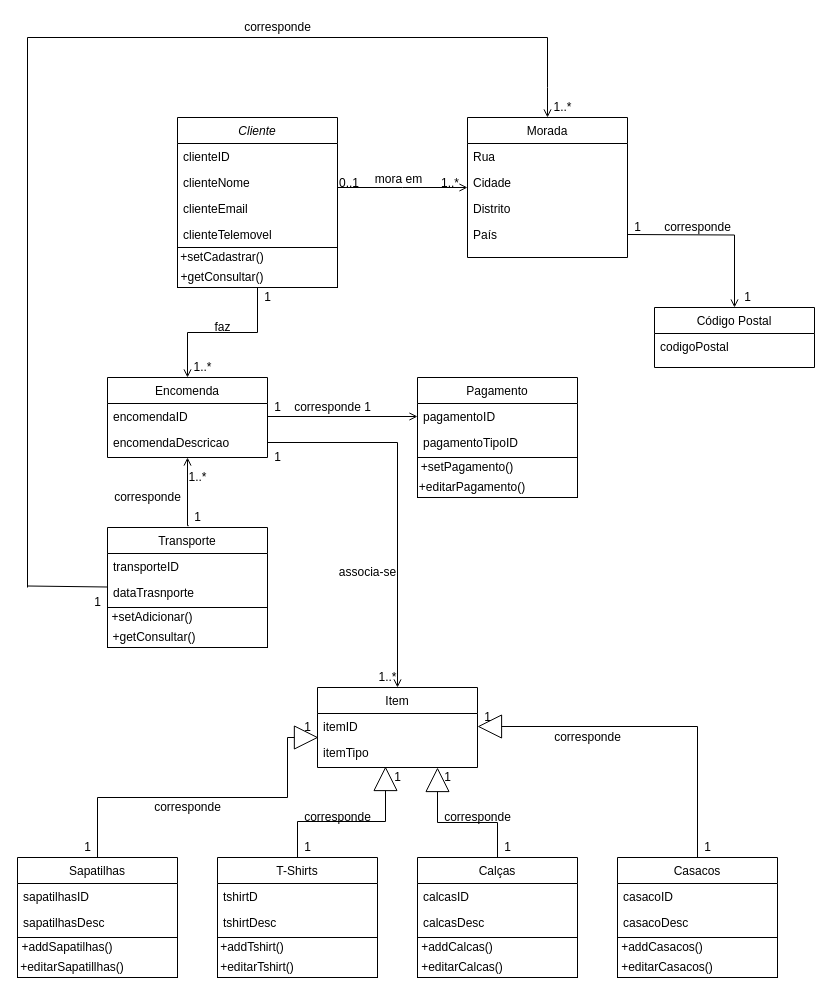
Before: Diagrama de Classes.drawio in JoshuaJones27/FetchCode, a draw.io diagram. Source tidied: cells renumbered, new cells numbered last; positions are measured from the earlier drawing's top-left corner, leaving out a move shared by most shapes. Both pictures are drawn from the tidied source at 100%, with x=0, y=0 at pixel (17, 17).
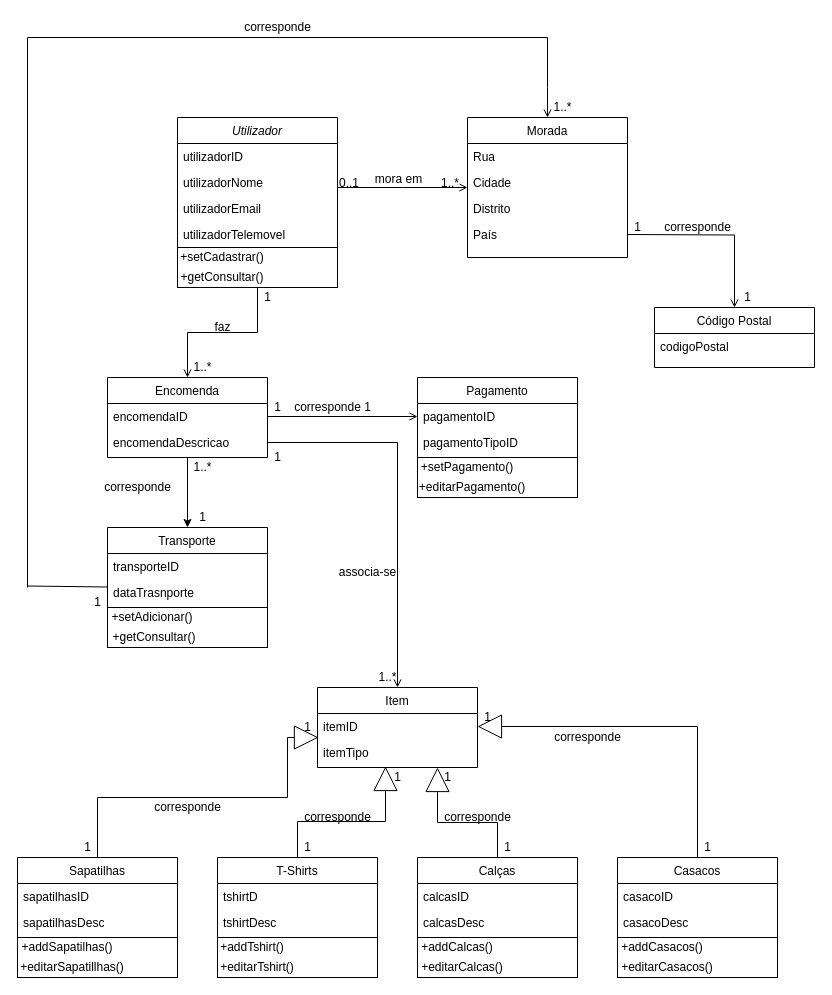
The same page after the edit.

Unchanged cells that the change refers to:
```xml
<mxCell id="8" value="Encomenda" style="swimlane;fontStyle=0;align=center;verticalAlign=top;horizontal=1;startSize=26;rounded=0;shadow=0;strokeWidth=1;" parent="1" vertex="1">
  <mxGeometry x="90" y="360" width="160" height="80" as="geometry" />
</mxCell>
<mxCell id="26" value="Transporte" style="swimlane;fontStyle=0;align=center;verticalAlign=top;horizontal=1;startSize=26;rounded=0;shadow=0;strokeWidth=1;" parent="1" vertex="1">
  <mxGeometry x="90" y="510" width="160" height="80" as="geometry" />
</mxCell>
```

Change to the diagram source:
```diff
@@
-    <mxCell id="2" value="Cliente" style="swimlane;fontStyle=2;align=center;verticalAlign=top;horizontal=1;startSize=26;rounded=0;shadow=0;strokeWidth=1;" parent="1" vertex="1">
+    <mxCell id="2" value="Utilizador" style="swimlane;fontStyle=2;align=center;verticalAlign=top;horizontal=1;startSize=26;rounded=0;shadow=0;strokeWidth=1;" parent="1" vertex="1">
       <mxGeometry x="160" y="100" width="160" height="160" as="geometry" />
     </mxCell>
-    <mxCell id="3" value="clienteID" style="text;align=left;verticalAlign=top;spacingLeft=4;spacingRight=4;overflow=hidden;rounded=0;" parent="2" vertex="1">
+    <mxCell id="3" value="utilizadorID" style="text;align=left;verticalAlign=top;spacingLeft=4;spacingRight=4;overflow=hidden;rounded=0;" parent="2" vertex="1">
       <mxGeometry y="26" width="160" height="26" as="geometry" />
     </mxCell>
-    <mxCell id="4" value="clienteNome" style="text;align=left;verticalAlign=top;spacingLeft=4;spacingRight=4;overflow=hidden;rounded=0;shadow=0;html=0;" parent="2" vertex="1">
+    <mxCell id="4" value="utilizadorNome" style="text;align=left;verticalAlign=top;spacingLeft=4;spacingRight=4;overflow=hidden;rounded=0;shadow=0;html=0;" parent="2" vertex="1">
       <mxGeometry y="52" width="160" height="26" as="geometry" />
     </mxCell>
-    <mxCell id="5" value="clienteEmail" style="text;align=left;verticalAlign=top;spacingLeft=4;spacingRight=4;overflow=hidden;rounded=0;shadow=0;html=0;" parent="2" vertex="1">
+    <mxCell id="5" value="utilizadorEmail" style="text;align=left;verticalAlign=top;spacingLeft=4;spacingRight=4;overflow=hidden;rounded=0;shadow=0;html=0;" parent="2" vertex="1">
       <mxGeometry y="78" width="160" height="26" as="geometry" />
     </mxCell>
-    <mxCell id="6" value="clienteTelemovel&#10;" style="text;align=left;verticalAlign=top;spacingLeft=4;spacingRight=4;overflow=hidden;rounded=0;shadow=0;html=0;" parent="2" vertex="1">
+    <mxCell id="6" value="utilizadorTelemovel&#10;" style="text;align=left;verticalAlign=top;spacingLeft=4;spacingRight=4;overflow=hidden;rounded=0;shadow=0;html=0;" parent="2" vertex="1">
       <mxGeometry y="104" width="160" height="26" as="geometry" />
     </mxCell>
@@
+    <mxCell id="111" style="edgeStyle=orthogonalEdgeStyle;rounded=0;jettySize=auto;html=1;entryX=0.5;entryY=0;entryDx=0;entryDy=0;" parent="1" edge="1" source="8" target="26">
+      <mxGeometry relative="1" as="geometry" />
+    </mxCell>
@@
-    <mxCell id="10" value="encomendaDescricao" style="text;align=left;verticalAlign=top;spacingLeft=4;spacingRight=4;overflow=hidden;points=[[0,0.5],[1,0.5]];portConstraint=eastwest;rounded=0;shadow=0;html=0;" parent="8" vertex="1">
+    <mxCell id="10" value="encomendaDescricao&#10;" style="text;align=left;verticalAlign=top;spacingLeft=4;spacingRight=4;overflow=hidden;points=[[0,0.5],[1,0.5]];portConstraint=eastwest;rounded=0;shadow=0;html=0;" parent="8" vertex="1">
       <mxGeometry y="52" width="160" height="26" as="geometry" />
     </mxCell>
@@
     <mxCell id="29" value="corresponde" style="text;html=1;align=center;verticalAlign=middle;strokeColor=none;fillColor=none;rounded=0;" parent="1" vertex="1">
-      <mxGeometry x="90" y="470" width="80" height="20" as="geometry" />
+      <mxGeometry x="80" y="460" width="80" height="20" as="geometry" />
     </mxCell>
     <mxCell id="30" value="1" style="text;html=1;align=center;verticalAlign=middle;points=[];strokeColor=none;fillColor=none;rounded=0;" parent="1" vertex="1">
-      <mxGeometry x="170" y="490" width="20" height="20" as="geometry" />
+      <mxGeometry x="175" y="490" width="20" height="20" as="geometry" />
     </mxCell>
     <mxCell id="31" value="1..*" style="text;html=1;align=center;verticalAlign=middle;strokeColor=none;fillColor=none;rounded=0;" parent="1" vertex="1">
-      <mxGeometry x="165" y="450" width="30" height="20" as="geometry" />
+      <mxGeometry x="170" y="440" width="30" height="20" as="geometry" />
     </mxCell>
@@
-    <mxCell id="110" style="edgeStyle=orthogonalEdgeStyle;rounded=0;jettySize=auto;html=1;endArrow=open;endFill=0;entryX=0.5;entryY=1;entryDx=0;entryDy=0;exitX=0.06;exitY=0.91;exitDx=0;exitDy=0;exitPerimeter=0;" parent="1" edge="1" source="30" target="8">
-      <mxGeometry relative="1" as="geometry">
-        <Array as="points">
-          <mxPoint x="170" y="508" />
-        </Array>
-      </mxGeometry>
-    </mxCell>
```
